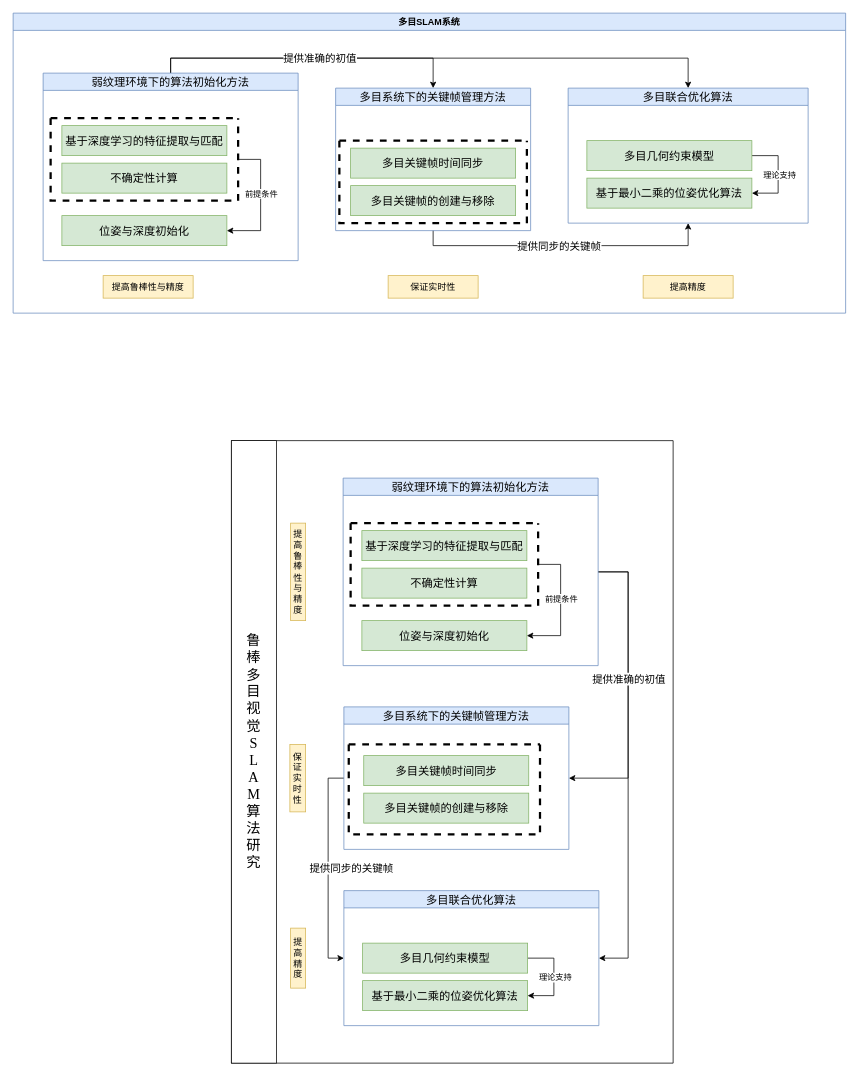
The draw.io diagram page "第 3 页" (3 of 4) of 开题报告.drawio in 77Torpedo77/study, before the edit. Source tidied: cells renumbered, new cells numbered last; positions are measured from the earlier drawing's top-left corner, leaving out a move shared by most shapes. Both pictures are drawn from the tidied source at 75%, with x=0, y=0 at pixel (13, 13).
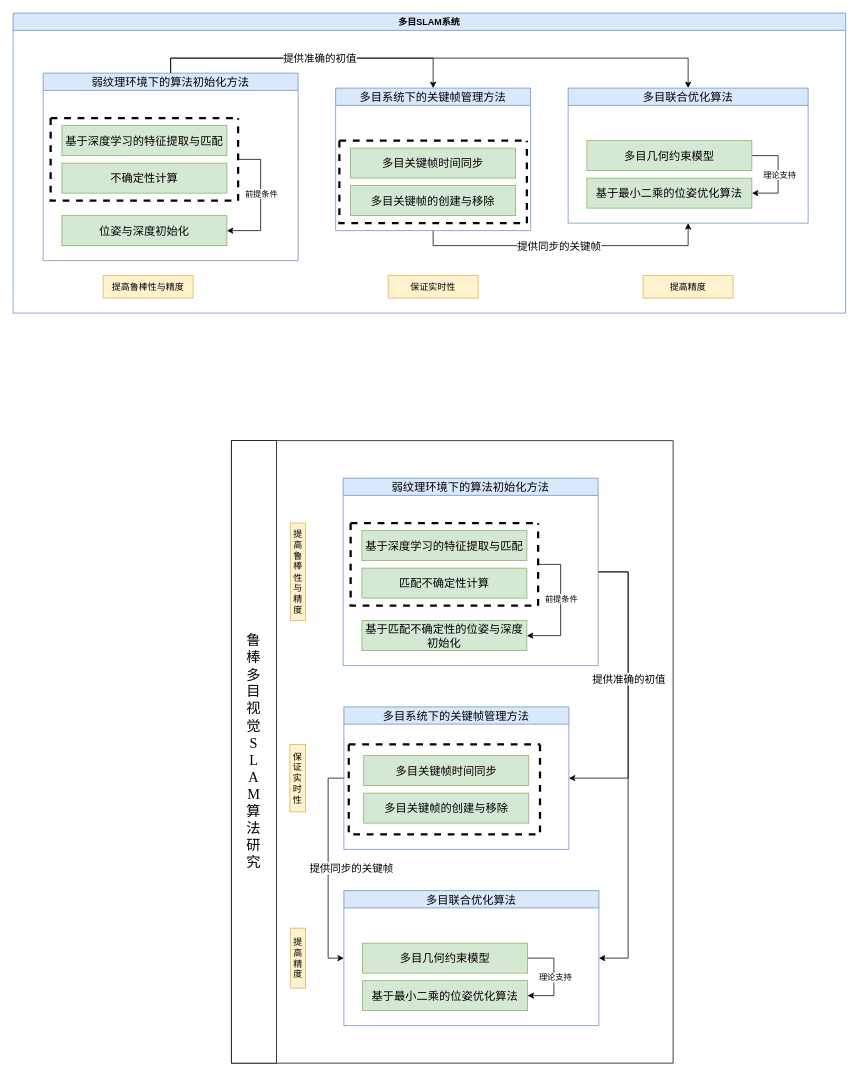
Above is the later version.

Commit message:
更新开题报告.drawio

The change refers to these unchanged cells:
```xml
<mxCell id="32" value="&lt;span style=&quot;font-size: 15px; font-weight: 400;&quot;&gt;弱纹理环境下的算法初始化方法&lt;/span&gt;" style="swimlane;whiteSpace=wrap;html=1;fillColor=#dae8fc;strokeColor=#6c8ebf;" parent="27" vertex="1">
  <mxGeometry x="149" y="50" width="340" height="250" as="geometry" />
</mxCell>
<mxCell id="36" style="swimlane;whiteSpace=wrap;html=1;strokeColor=default;startSize=0;dashed=1;strokeWidth=3;" parent="32" vertex="1">
  <mxGeometry x="10" y="60" width="250" height="110" as="geometry" />
</mxCell>
```

Diff of the diagram source:
```diff
@@
-    <mxCell id="33" value="位姿与深度初始化" style="whiteSpace=wrap;html=1;fontSize=15;arcSize=12;fillColor=#d5e8d4;strokeColor=#82b366;" parent="32" vertex="1">
+    <mxCell id="33" value="基于匹配不确定性的位姿与深度初始化" style="whiteSpace=wrap;html=1;fontSize=15;arcSize=12;fillColor=#d5e8d4;strokeColor=#82b366;" parent="32" vertex="1">
       <mxGeometry x="25" y="190" width="220" height="40" as="geometry" />
     </mxCell>
@@
-    <mxCell id="37" value="不确定性计算" style="whiteSpace=wrap;html=1;fontSize=15;arcSize=12;fillColor=#d5e8d4;strokeColor=#82b366;" parent="36" vertex="1">
+    <mxCell id="37" value="匹配不确定性计算" style="whiteSpace=wrap;html=1;fontSize=15;arcSize=12;fillColor=#d5e8d4;strokeColor=#82b366;" parent="36" vertex="1">
       <mxGeometry x="15" y="60" width="220" height="40" as="geometry" />
     </mxCell>
```
